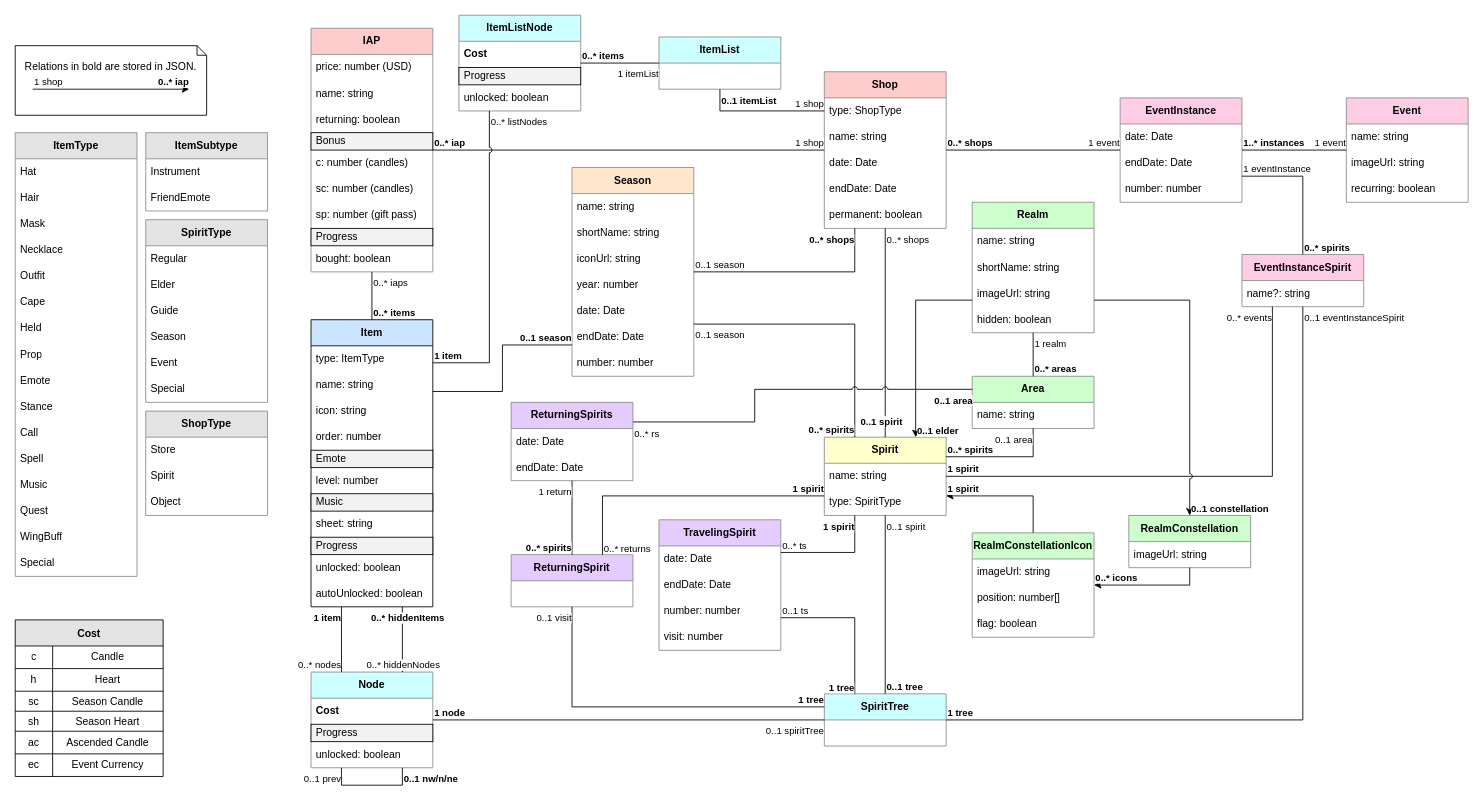
Earlier version of the draw.io diagram diagrams/SkyPlannerData.drawio (Silverfeelin/SkyGame-Planner). Source tidied: cells renumbered, new cells numbered last; positions are measured from the earlier drawing's top-left corner, leaving out a move shared by most shapes. Both pictures are drawn from the tidied source at 87%, with x=0, y=0 at pixel (15, 15).
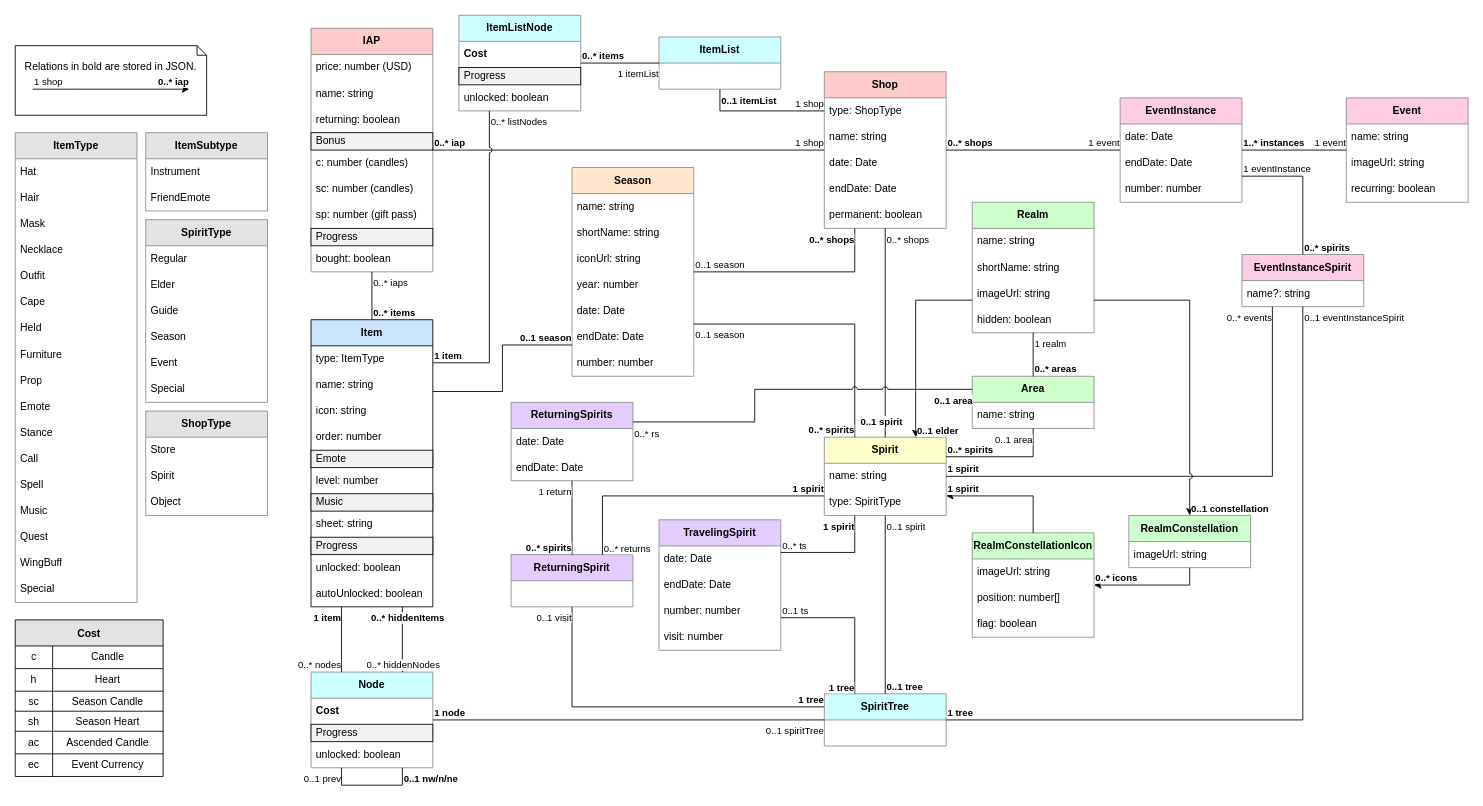
After the change.

What changed in the source:
```diff
@@
     <mxCell id="14" value="ItemType" style="swimlane;fontStyle=1;horizontal=1;startSize=30;whiteSpace=wrap;html=1;fillStyle=auto;strokeColor=#8C8C8C;fillColor=#E3E3E3;" parent="1" vertex="1">
-      <mxGeometry y="135" width="140" height="510" as="geometry" />
+      <mxGeometry y="135" width="140" height="540" as="geometry" />
     </mxCell>
@@
+    <mxCell id="263" value="Furniture" style="text;strokeColor=none;fillColor=none;align=left;verticalAlign=middle;spacingLeft=4;spacingRight=4;overflow=hidden;whiteSpace=wrap;html=1;fillStyle=auto;" parent="14" vertex="1">
+      <mxGeometry y="240" width="140" height="30" as="geometry" />
+    </mxCell>
     <mxCell id="22" value="Prop" style="text;strokeColor=none;fillColor=none;align=left;verticalAlign=middle;spacingLeft=4;spacingRight=4;overflow=hidden;whiteSpace=wrap;html=1;fillStyle=auto;" parent="14" vertex="1">
-      <mxGeometry y="240" width="140" height="30" as="geometry" />
+      <mxGeometry y="270" width="140" height="30" as="geometry" />
     </mxCell>
     <mxCell id="23" value="Emote" style="text;strokeColor=none;fillColor=none;align=left;verticalAlign=middle;spacingLeft=4;spacingRight=4;overflow=hidden;whiteSpace=wrap;html=1;fillStyle=auto;" parent="14" vertex="1">
-      <mxGeometry y="270" width="140" height="30" as="geometry" />
+      <mxGeometry y="300" width="140" height="30" as="geometry" />
     </mxCell>
     <mxCell id="24" value="Stance" style="text;strokeColor=none;fillColor=none;align=left;verticalAlign=middle;spacingLeft=4;spacingRight=4;overflow=hidden;whiteSpace=wrap;html=1;fillStyle=auto;" parent="14" vertex="1">
-      <mxGeometry y="300" width="140" height="30" as="geometry" />
+      <mxGeometry y="330" width="140" height="30" as="geometry" />
     </mxCell>
     <mxCell id="25" value="Call" style="text;strokeColor=none;fillColor=none;align=left;verticalAlign=middle;spacingLeft=4;spacingRight=4;overflow=hidden;whiteSpace=wrap;html=1;fillStyle=auto;" parent="14" vertex="1">
-      <mxGeometry y="330" width="140" height="30" as="geometry" />
+      <mxGeometry y="360" width="140" height="30" as="geometry" />
     </mxCell>
     <mxCell id="26" value="Spell" style="text;strokeColor=none;fillColor=none;align=left;verticalAlign=middle;spacingLeft=4;spacingRight=4;overflow=hidden;whiteSpace=wrap;html=1;fillStyle=auto;" parent="14" vertex="1">
-      <mxGeometry y="360" width="140" height="30" as="geometry" />
+      <mxGeometry y="390" width="140" height="30" as="geometry" />
     </mxCell>
     <mxCell id="27" value="Music" style="text;strokeColor=none;fillColor=none;align=left;verticalAlign=middle;spacingLeft=4;spacingRight=4;overflow=hidden;whiteSpace=wrap;html=1;fillStyle=auto;" parent="14" vertex="1">
-      <mxGeometry y="390" width="140" height="30" as="geometry" />
+      <mxGeometry y="420" width="140" height="30" as="geometry" />
     </mxCell>
     <mxCell id="28" value="Quest" style="text;strokeColor=none;fillColor=none;align=left;verticalAlign=middle;spacingLeft=4;spacingRight=4;overflow=hidden;whiteSpace=wrap;html=1;fillStyle=auto;" parent="14" vertex="1">
-      <mxGeometry y="420" width="140" height="30" as="geometry" />
+      <mxGeometry y="450" width="140" height="30" as="geometry" />
     </mxCell>
     <mxCell id="29" value="WingBuff" style="text;strokeColor=none;fillColor=none;align=left;verticalAlign=middle;spacingLeft=4;spacingRight=4;overflow=hidden;whiteSpace=wrap;html=1;fillStyle=auto;" parent="14" vertex="1">
-      <mxGeometry y="450" width="140" height="30" as="geometry" />
+      <mxGeometry y="480" width="140" height="30" as="geometry" />
     </mxCell>
     <mxCell id="30" value="Special" style="text;strokeColor=none;fillColor=none;align=left;verticalAlign=middle;spacingLeft=4;spacingRight=4;overflow=hidden;whiteSpace=wrap;html=1;fillStyle=auto;" parent="14" vertex="1">
-      <mxGeometry y="480" width="140" height="30" as="geometry" />
+      <mxGeometry y="510" width="140" height="30" as="geometry" />
     </mxCell>
```
